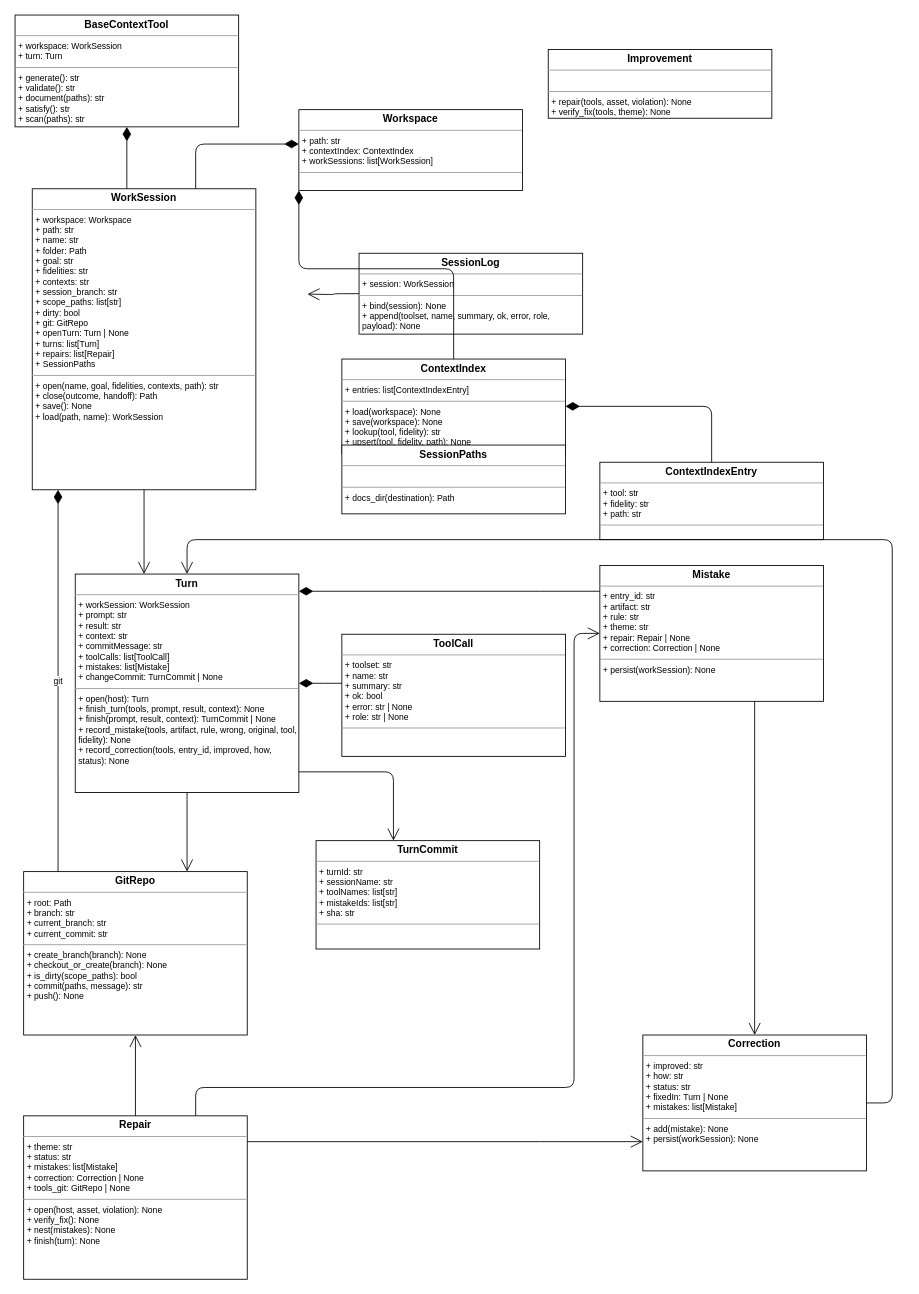
This is context_tools/actions/eval/.context/sessions/eval-consolidate-workspace/workspace-eval-target-ce.drawio from abd-works/abd-context-driven-delivery, a draw.io file, before an edit. Source tidied: cells renumbered, new cells numbered last; positions are measured from the earlier drawing's top-left corner, leaving out a move shared by most shapes. Both pictures are drawn from the tidied source at 86%, with x=0, y=0 at pixel (15, 15).
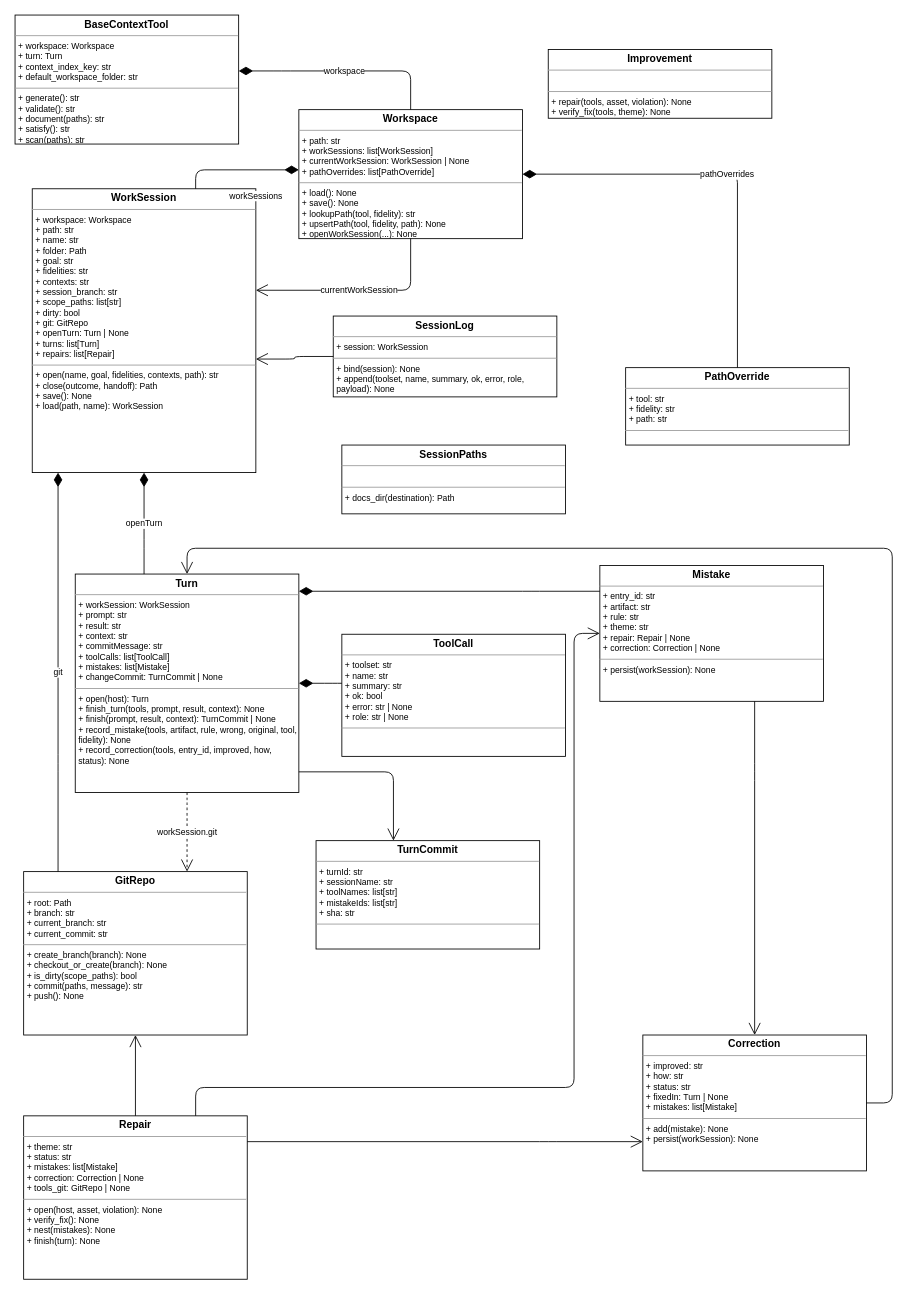
The same page after the edit.

Unchanged cells that the change refers to:
```xml
<mxCell id="4" value="&lt;p style=&quot;margin:0px;margin-top:4px;text-align:center;&quot;&gt;&lt;b&gt;Turn&lt;/b&gt;&lt;/p&gt;&lt;hr size=&quot;1&quot;/&gt;&lt;p style=&quot;margin:0px;margin-left:4px;font-size:10px;&quot;&gt;+ workSession: WorkSession&lt;br/&gt;+ prompt: str&lt;br/&gt;+ result: str&lt;br/&gt;+ context: str&lt;br/&gt;+ commitMessage: str&lt;br/&gt;+ toolCalls: list[ToolCall]&lt;br/&gt;+ mistakes: list[Mistake]&lt;br/&gt;+ changeCommit: TurnCommit | None&lt;br/&gt;&lt;/p&gt;&lt;hr size=&quot;1&quot;/&gt;&lt;p style=&quot;margin:0px;margin-left:4px;font-size:10px;&quot;&gt;+ open(host): Turn&lt;br/&gt;+ finish_turn(tools, prompt, result, context): None&lt;br/&gt;+ finish(prompt, result, context): TurnCommit | None&lt;br/&gt;+ record_mistake(tools, artifact, rule, wrong, original, tool, fidelity): None&lt;br/&gt;+ record_correction(tools, entry_id, improved, how, status): None&lt;br/&gt;&lt;/p&gt;" style="verticalAlign=top;align=left;overflow=fill;fontSize=12;fontFamily=Helvetica;html=1;whiteSpace=wrap;" parent="1" vertex="1">
  <mxGeometry x="70" y="650" width="260" height="254" as="geometry" />
</mxCell>
<mxCell id="5" value="&lt;p style=&quot;margin:0px;margin-top:4px;text-align:center;&quot;&gt;&lt;b&gt;GitRepo&lt;/b&gt;&lt;/p&gt;&lt;hr size=&quot;1&quot;/&gt;&lt;p style=&quot;margin:0px;margin-left:4px;font-size:10px;&quot;&gt;+ root: Path&lt;br/&gt;+ branch: str&lt;br/&gt;+ current_branch: str&lt;br/&gt;+ current_commit: str&lt;br/&gt;&lt;/p&gt;&lt;hr size=&quot;1&quot;/&gt;&lt;p style=&quot;margin:0px;margin-left:4px;font-size:10px;&quot;&gt;+ create_branch(branch): None&lt;br/&gt;+ checkout_or_create(branch): None&lt;br/&gt;+ is_dirty(scope_paths): bool&lt;br/&gt;+ commit(paths, message): str&lt;br/&gt;+ push(): None&lt;br/&gt;&lt;/p&gt;" style="verticalAlign=top;align=left;overflow=fill;fontSize=12;fontFamily=Helvetica;html=1;whiteSpace=wrap;" parent="1" vertex="1">
  <mxGeometry x="10" y="996" width="260" height="190" as="geometry" />
</mxCell>
<mxCell id="15" value="&lt;p style=&quot;margin:0px;margin-top:4px;text-align:center;&quot;&gt;&lt;b&gt;Correction&lt;/b&gt;&lt;/p&gt;&lt;hr size=&quot;1&quot;/&gt;&lt;p style=&quot;margin:0px;margin-left:4px;font-size:10px;&quot;&gt;+ improved: str&lt;br/&gt;+ how: str&lt;br/&gt;+ status: str&lt;br/&gt;+ fixedIn: Turn | None&lt;br/&gt;+ mistakes: list[Mistake]&lt;br/&gt;&lt;/p&gt;&lt;hr size=&quot;1&quot;/&gt;&lt;p style=&quot;margin:0px;margin-left:4px;font-size:10px;&quot;&gt;+ add(mistake): None&lt;br/&gt;+ persist(workSession): None&lt;br/&gt;&lt;/p&gt;" style="verticalAlign=top;align=left;overflow=fill;fontSize=12;fontFamily=Helvetica;html=1;whiteSpace=wrap;" parent="1" vertex="1">
  <mxGeometry x="730" y="1186" width="260" height="158" as="geometry" />
</mxCell>
```

Change to the diagram source:
```diff
@@
-    <mxCell id="2" value="&lt;p style=&quot;margin:0px;margin-top:4px;text-align:center;&quot;&gt;&lt;b&gt;BaseContextTool&lt;/b&gt;&lt;/p&gt;&lt;hr size=&quot;1&quot;/&gt;&lt;p style=&quot;margin:0px;margin-left:4px;font-size:10px;&quot;&gt;+ workspace: WorkSession&lt;br/&gt;+ turn: Turn&lt;br/&gt;&lt;/p&gt;&lt;hr size=&quot;1&quot;/&gt;&lt;p style=&quot;margin:0px;margin-left:4px;font-size:10px;&quot;&gt;+ generate(): str&lt;br/&gt;+ validate(): str&lt;br/&gt;+ document(paths): str&lt;br/&gt;+ satisfy(): str&lt;br/&gt;+ scan(paths): str&lt;br/&gt;&lt;/p&gt;" style="verticalAlign=top;align=left;overflow=fill;fontSize=12;fontFamily=Helvetica;html=1;whiteSpace=wrap;" parent="1" vertex="1">
-      <mxGeometry width="260" height="130" as="geometry" />
+    <mxCell id="2" value="&lt;p style=&quot;margin:0px;margin-top:4px;text-align:center;&quot;&gt;&lt;b&gt;BaseContextTool&lt;/b&gt;&lt;/p&gt;&lt;hr size=&quot;1&quot;/&gt;&lt;p style=&quot;margin:0px;margin-left:4px;font-size:10px;&quot;&gt;+ workspace: Workspace&lt;br/&gt;+ turn: Turn&lt;br/&gt;+ context_index_key: str&lt;br/&gt;+ default_workspace_folder: str&lt;br/&gt;&lt;/p&gt;&lt;hr size=&quot;1&quot;/&gt;&lt;p style=&quot;margin:0px;margin-left:4px;font-size:10px;&quot;&gt;+ generate(): str&lt;br/&gt;+ validate(): str&lt;br/&gt;+ document(paths): str&lt;br/&gt;+ satisfy(): str&lt;br/&gt;+ scan(paths): str&lt;br/&gt;&lt;/p&gt;" style="verticalAlign=top;align=left;overflow=fill;fontSize=12;fontFamily=Helvetica;html=1;whiteSpace=wrap;" parent="1" vertex="1">
+      <mxGeometry width="260" height="150" as="geometry" />
     </mxCell>
-    <mxCell id="3" value="&lt;p style=&quot;margin:0px;margin-top:4px;text-align:center;&quot;&gt;&lt;b&gt;WorkSession&lt;/b&gt;&lt;/p&gt;&lt;hr size=&quot;1&quot;/&gt;&lt;p style=&quot;margin:0px;margin-left:4px;font-size:10px;&quot;&gt;+ workspace: Workspace&lt;br/&gt;+ path: str&lt;br/&gt;+ name: str&lt;br/&gt;+ folder: Path&lt;br/&gt;+ goal: str&lt;br/&gt;+ fidelities: str&lt;br/&gt;+ contexts: str&lt;br/&gt;+ session_branch: str&lt;br/&gt;+ scope_paths: list[str]&lt;br/&gt;+ dirty: bool&lt;br/&gt;+ git: GitRepo&lt;br/&gt;+ openTurn: Turn | None&lt;br/&gt;+ turns: list[Turn]&lt;br/&gt;+ repairs: list[Repair]&lt;br/&gt;+ SessionPaths&lt;br/&gt;&lt;/p&gt;&lt;hr size=&quot;1&quot;/&gt;&lt;p style=&quot;margin:0px;margin-left:4px;font-size:10px;&quot;&gt;+ open(name, goal, fidelities, contexts, path): str&lt;br/&gt;+ close(outcome, handoff): Path&lt;br/&gt;+ save(): None&lt;br/&gt;+ load(path, name): WorkSession&lt;br/&gt;&lt;/p&gt;" style="verticalAlign=top;align=left;overflow=fill;fontSize=12;fontFamily=Helvetica;html=1;whiteSpace=wrap;" parent="1" vertex="1">
-      <mxGeometry x="20" y="202" width="260" height="350" as="geometry" />
+    <mxCell id="3" value="&lt;p style=&quot;margin:0px;margin-top:4px;text-align:center;&quot;&gt;&lt;b&gt;WorkSession&lt;/b&gt;&lt;/p&gt;&lt;hr size=&quot;1&quot;/&gt;&lt;p style=&quot;margin:0px;margin-left:4px;font-size:10px;&quot;&gt;+ workspace: Workspace&lt;br/&gt;+ path: str&lt;br/&gt;+ name: str&lt;br/&gt;+ folder: Path&lt;br/&gt;+ goal: str&lt;br/&gt;+ fidelities: str&lt;br/&gt;+ contexts: str&lt;br/&gt;+ session_branch: str&lt;br/&gt;+ scope_paths: list[str]&lt;br/&gt;+ dirty: bool&lt;br/&gt;+ git: GitRepo&lt;br/&gt;+ openTurn: Turn | None&lt;br/&gt;+ turns: list[Turn]&lt;br/&gt;+ repairs: list[Repair]&lt;br/&gt;&lt;/p&gt;&lt;hr size=&quot;1&quot;/&gt;&lt;p style=&quot;margin:0px;margin-left:4px;font-size:10px;&quot;&gt;+ open(name, goal, fidelities, contexts, path): str&lt;br/&gt;+ close(outcome, handoff): Path&lt;br/&gt;+ save(): None&lt;br/&gt;+ load(path, name): WorkSession&lt;br/&gt;&lt;/p&gt;" style="verticalAlign=top;align=left;overflow=fill;fontSize=12;fontFamily=Helvetica;html=1;whiteSpace=wrap;" parent="1" vertex="1">
+      <mxGeometry x="20" y="202" width="260" height="330" as="geometry" />
     </mxCell>
@@
     <mxCell id="7" value="&lt;p style=&quot;margin:0px;margin-top:4px;text-align:center;&quot;&gt;&lt;b&gt;SessionLog&lt;/b&gt;&lt;/p&gt;&lt;hr size=&quot;1&quot;/&gt;&lt;p style=&quot;margin:0px;margin-left:4px;font-size:10px;&quot;&gt;+ session: WorkSession&lt;br/&gt;&lt;/p&gt;&lt;hr size=&quot;1&quot;/&gt;&lt;p style=&quot;margin:0px;margin-left:4px;font-size:10px;&quot;&gt;+ bind(session): None&lt;br/&gt;+ append(toolset, name, summary, ok, error, role, payload): None&lt;br/&gt;&lt;/p&gt;" style="verticalAlign=top;align=left;overflow=fill;fontSize=12;fontFamily=Helvetica;html=1;whiteSpace=wrap;" parent="1" vertex="1">
-      <mxGeometry x="400" y="277" width="260" height="94" as="geometry" />
+      <mxGeometry x="370" y="350" width="260" height="94" as="geometry" />
     </mxCell>
-    <mxCell id="8" value="&lt;p style=&quot;margin:0px;margin-top:4px;text-align:center;&quot;&gt;&lt;b&gt;ContextIndex&lt;/b&gt;&lt;/p&gt;&lt;hr size=&quot;1&quot;/&gt;&lt;p style=&quot;margin:0px;margin-left:4px;font-size:10px;&quot;&gt;+ entries: list[ContextIndexEntry]&lt;br/&gt;&lt;/p&gt;&lt;hr size=&quot;1&quot;/&gt;&lt;p style=&quot;margin:0px;margin-left:4px;font-size:10px;&quot;&gt;+ load(workspace): None&lt;br/&gt;+ save(workspace): None&lt;br/&gt;+ lookup(tool, fidelity): str&lt;br/&gt;+ upsert(tool, fidelity, path): None&lt;br/&gt;&lt;/p&gt;" style="verticalAlign=top;align=left;overflow=fill;fontSize=12;fontFamily=Helvetica;html=1;whiteSpace=wrap;" parent="1" vertex="1">
-      <mxGeometry x="380" y="400" width="260" height="110" as="geometry" />
-    </mxCell>
-    <mxCell id="9" value="&lt;p style=&quot;margin:0px;margin-top:4px;text-align:center;&quot;&gt;&lt;b&gt;Workspace&lt;/b&gt;&lt;/p&gt;&lt;hr size=&quot;1&quot;/&gt;&lt;p style=&quot;margin:0px;margin-left:4px;font-size:10px;&quot;&gt;+ path: str&lt;br/&gt;+ contextIndex: ContextIndex&lt;br/&gt;+ workSessions: list[WorkSession]&lt;br/&gt;&lt;/p&gt;&lt;hr size=&quot;1&quot;/&gt;&lt;p style=&quot;margin:0px;margin-left:4px;font-size:10px;&quot;&gt;&lt;br/&gt;&lt;/p&gt;" style="verticalAlign=top;align=left;overflow=fill;fontSize=12;fontFamily=Helvetica;html=1;whiteSpace=wrap;" parent="1" vertex="1">
-      <mxGeometry x="330" y="110" width="260" height="94" as="geometry" />
+    <mxCell id="9" value="&lt;p style=&quot;margin:0px;margin-top:4px;text-align:center;&quot;&gt;&lt;b&gt;Workspace&lt;/b&gt;&lt;/p&gt;&lt;hr size=&quot;1&quot;/&gt;&lt;p style=&quot;margin:0px;margin-left:4px;font-size:10px;&quot;&gt;+ path: str&lt;br/&gt;+ workSessions: list[WorkSession]&lt;br/&gt;+ currentWorkSession: WorkSession | None&lt;br/&gt;+ pathOverrides: list[PathOverride]&lt;br/&gt;&lt;/p&gt;&lt;hr size=&quot;1&quot;/&gt;&lt;p style=&quot;margin:0px;margin-left:4px;font-size:10px;&quot;&gt;+ load(): None&lt;br/&gt;+ save(): None&lt;br/&gt;+ lookupPath(tool, fidelity): str&lt;br/&gt;+ upsertPath(tool, fidelity, path): None&lt;br/&gt;+ openWorkSession(...): None&lt;br/&gt;&lt;/p&gt;" style="verticalAlign=top;align=left;overflow=fill;fontSize=12;fontFamily=Helvetica;html=1;whiteSpace=wrap;" parent="1" vertex="1">
+      <mxGeometry x="330" y="110" width="260" height="150" as="geometry" />
     </mxCell>
-    <mxCell id="10" value="&lt;p style=&quot;margin:0px;margin-top:4px;text-align:center;&quot;&gt;&lt;b&gt;ContextIndexEntry&lt;/b&gt;&lt;/p&gt;&lt;hr size=&quot;1&quot;/&gt;&lt;p style=&quot;margin:0px;margin-left:4px;font-size:10px;&quot;&gt;+ tool: str&lt;br/&gt;+ fidelity: str&lt;br/&gt;+ path: str&lt;br/&gt;&lt;/p&gt;&lt;hr size=&quot;1&quot;/&gt;&lt;p style=&quot;margin:0px;margin-left:4px;font-size:10px;&quot;&gt;&lt;br/&gt;&lt;/p&gt;" style="verticalAlign=top;align=left;overflow=fill;fontSize=12;fontFamily=Helvetica;html=1;whiteSpace=wrap;" parent="1" vertex="1">
-      <mxGeometry x="680" y="520" width="260" height="90" as="geometry" />
-    </mxCell>
+    <mxCell id="33" value="&lt;p style=&quot;margin:0px;margin-top:4px;text-align:center;&quot;&gt;&lt;b&gt;PathOverride&lt;/b&gt;&lt;/p&gt;&lt;hr size=&quot;1&quot;/&gt;&lt;p style=&quot;margin:0px;margin-left:4px;font-size:10px;&quot;&gt;+ tool: str&lt;br/&gt;+ fidelity: str&lt;br/&gt;+ path: str&lt;br/&gt;&lt;/p&gt;&lt;hr size=&quot;1&quot;/&gt;&lt;p style=&quot;margin:0px;margin-left:4px;font-size:10px;&quot;&gt;&lt;br/&gt;&lt;/p&gt;" style="verticalAlign=top;align=left;overflow=fill;fontSize=12;fontFamily=Helvetica;html=1;whiteSpace=wrap;" parent="1" vertex="1">
+      <mxGeometry x="710" y="410" width="260" height="90" as="geometry" />
+    </mxCell>
@@
-    <mxCell id="17" style="edgeStyle=orthogonalEdgeStyle;rounded=1;endArrow=none;html=1;startArrow=diamondThin;startFill=1;startSize=14;" parent="1" edge="1" source="2" target="3">
+    <mxCell id="17" value="workspace" style="edgeStyle=orthogonalEdgeStyle;rounded=1;endArrow=none;html=1;startArrow=diamondThin;startFill=1;startSize=14;fontSize=10;" parent="1" edge="1" source="2" target="9">
       <mxGeometry relative="1" as="geometry">
         <Array as="points">
-          <mxPoint x="150" y="78" />
-          <mxPoint x="150" y="78" />
+          <mxPoint x="310" y="65" />
+          <mxPoint x="310" y="65" />
         </Array>
       </mxGeometry>
     </mxCell>
-    <mxCell id="18" style="edgeStyle=orthogonalEdgeStyle;rounded=1;endArrow=open;endSize=12;html=1;exitX=0.5;exitY=1.0;exitDx=0;exitDy=0;" parent="1" edge="1" source="3" target="4">
+    <mxCell id="18" value="openTurn" style="edgeStyle=orthogonalEdgeStyle;rounded=1;endArrow=none;html=1;startArrow=diamondThin;startFill=1;startSize=14;fontSize=10;" parent="1" edge="1" source="3" target="4">
       <mxGeometry relative="1" as="geometry">
         <Array as="points">
           <mxPoint x="150" y="610" />
           <mxPoint x="150" y="610" />
         </Array>
       </mxGeometry>
     </mxCell>
@@
-    <mxCell id="20" style="edgeStyle=orthogonalEdgeStyle;rounded=1;endArrow=open;endSize=12;html=1;exitX=0.0;exitY=0.5;exitDx=0;exitDy=0;entryX=1.0;entryY=0.35;entryDx=0;entryDy=0;" parent="1" edge="1" source="7">
+    <mxCell id="20" style="edgeStyle=orthogonalEdgeStyle;rounded=1;endArrow=open;endSize=12;html=1;" parent="1" edge="1" source="7" target="3">
       <mxGeometry relative="1" as="geometry">
-        <mxPoint x="340" y="324.5" as="targetPoint" />
+        <Array as="points">
+          <mxPoint x="325" y="397" />
+          <mxPoint x="325" y="400" />
+        </Array>
       </mxGeometry>
     </mxCell>
@@
     <mxCell id="27" style="edgeStyle=orthogonalEdgeStyle;rounded=1;endArrow=open;endSize=12;html=1;" parent="1" edge="1" source="15" target="4">
       <mxGeometry relative="1" as="geometry">
         <Array as="points">
           <mxPoint x="1020" y="1265" />
-          <mxPoint x="1020" y="610" />
-          <mxPoint x="200" y="610" />
+          <mxPoint x="1020" y="620" />
+          <mxPoint x="200" y="620" />
         </Array>
       </mxGeometry>
     </mxCell>
@@
-    <mxCell id="29" style="edgeStyle=orthogonalEdgeStyle;rounded=1;endArrow=open;endSize=12;html=1;" parent="1" edge="1" source="4" target="5">
+    <mxCell id="29" value="workSession.git" style="edgeStyle=orthogonalEdgeStyle;rounded=1;endArrow=open;endSize=12;html=1;dashed=1;fontSize=10;" parent="1" edge="1" source="4" target="5">
       <mxGeometry relative="1" as="geometry">
         <Array as="points">
           <mxPoint x="200" y="920" />
           <mxPoint x="200" y="920" />
         </Array>
       </mxGeometry>
     </mxCell>
-    <mxCell id="30" style="edgeStyle=orthogonalEdgeStyle;rounded=1;endArrow=none;html=1;startArrow=diamondThin;startFill=1;startSize=14;" parent="1" edge="1" source="9" target="3">
-      <mxGeometry relative="1" as="geometry">
+    <mxCell id="30" value="workSessions" style="edgeStyle=orthogonalEdgeStyle;rounded=1;endArrow=none;html=1;startArrow=diamondThin;startFill=1;startSize=14;fontSize=10;" parent="1" edge="1" source="9" target="3">
+      <mxGeometry x="-0.3" y="30" relative="1" as="geometry">
         <Array as="points">
-          <mxPoint x="210" y="150" />
+          <mxPoint x="210" y="180" />
         </Array>
       </mxGeometry>
     </mxCell>
-    <mxCell id="31" style="edgeStyle=orthogonalEdgeStyle;rounded=1;endArrow=none;html=1;startArrow=diamondThin;startFill=1;startSize=14;" parent="1" edge="1" source="9" target="8">
-      <mxGeometry relative="1" as="geometry">
-        <Array as="points">
-          <mxPoint x="330" y="295" />
-          <mxPoint x="510" y="295" />
-        </Array>
-      </mxGeometry>
+    <mxCell id="31" value="pathOverrides" style="edgeStyle=orthogonalEdgeStyle;rounded=1;endArrow=none;html=1;startArrow=diamondThin;startFill=1;startSize=14;fontSize=10;" parent="1" edge="1" source="9" target="33">
+      <mxGeometry relative="1" as="geometry" />
     </mxCell>
-    <mxCell id="32" style="edgeStyle=orthogonalEdgeStyle;rounded=1;endArrow=none;html=1;startArrow=diamondThin;startFill=1;startSize=14;" parent="1" edge="1" source="8" target="10">
-      <mxGeometry relative="1" as="geometry" />
-    </mxCell>
+    <mxCell id="34" value="currentWorkSession" style="edgeStyle=orthogonalEdgeStyle;rounded=1;endArrow=open;endSize=12;html=1;fontSize=10;" parent="1" edge="1" source="9" target="3">
+      <mxGeometry relative="1" as="geometry">
+        <Array as="points">
+          <mxPoint x="460" y="320" />
+        </Array>
+      </mxGeometry>
+    </mxCell>
```
